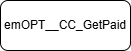
The draw.io diagram 交易流程圖.png in AXQuestion/-, before a commit. Source tidied: cells renumbered, new cells last; positions are measured from the earlier drawing's top-left corner, leaving out a move shared by most shapes.
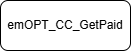
After the commit.

Commit message:
更新交易流程圖.png

Change to the diagram source:
```diff
@@ -2,7 +2,7 @@
   <root>
     <mxCell id="0" />
     <mxCell id="1" parent="0" />
-    <mxCell id="2" value="emOPT__CC_GetPaid" style="rounded=1;whiteSpace=wrap;html=1;" parent="1" vertex="1">
+    <mxCell id="2" value="emOPT_CC_GetPaid" style="rounded=1;whiteSpace=wrap;html=1;" parent="1" vertex="1">
       <mxGeometry width="130" height="50" as="geometry" />
     </mxCell>
   </root>
```
